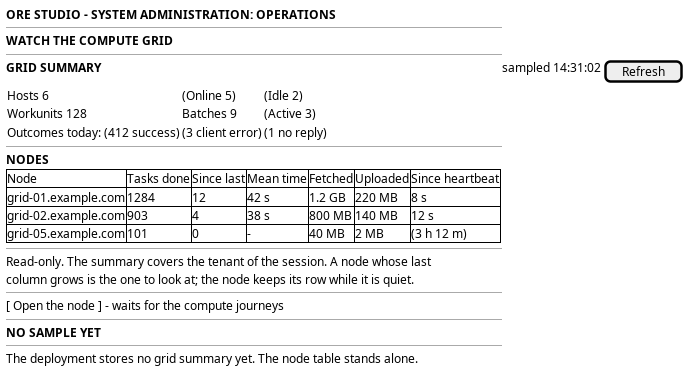
OreStudio/OreStudio keeps this PlantUML diagram as doc/knowledge/journeys/operations/wireframe_watch_the_compute_grid.png. Above is the earlier version. Its source is kept beside it as doc/knowledge/journeys/operations/wireframe_watch_the_compute_grid.puml. Its diagram source:
```plantuml
@startuml

salt
{
  <b>ORE STUDIO - SYSTEM ADMINISTRATION: OPERATIONS</b>
  --
  <b>WATCH THE COMPUTE GRID</b>
  --
  <b>GRID SUMMARY</b> | sampled 14:31:02 | [ Refresh ]
  {
    Hosts 6 | (Online 5) | (Idle 2)
    Workunits 128 | Batches 9 | (Active 3)
    Outcomes today: (412 success) | (3 client error) | (1 no reply)
  }
  --
  <b>NODES</b>
  {#
    Node | Tasks done | Since last | Mean time | Fetched | Uploaded | Since heartbeat
    grid-01.example.com | 1284 | 12 | 42 s | 1.2 GB | 220 MB | 8 s
    grid-02.example.com | 903 | 4 | 38 s | 800 MB | 140 MB | 12 s
    grid-05.example.com | 101 | 0 | - | 40 MB | 2 MB | (3 h 12 m)
  }
  --
  Read-only. The summary covers the tenant of the session. A node whose last
  column grows is the one to look at; the node keeps its row while it is quiet.
  --
  [ Open the node ] - waits for the compute journeys
  --
  <b>NO SAMPLE YET</b>
  --
  The deployment stores no grid summary yet. The node table stands alone.
}

@enduml
```
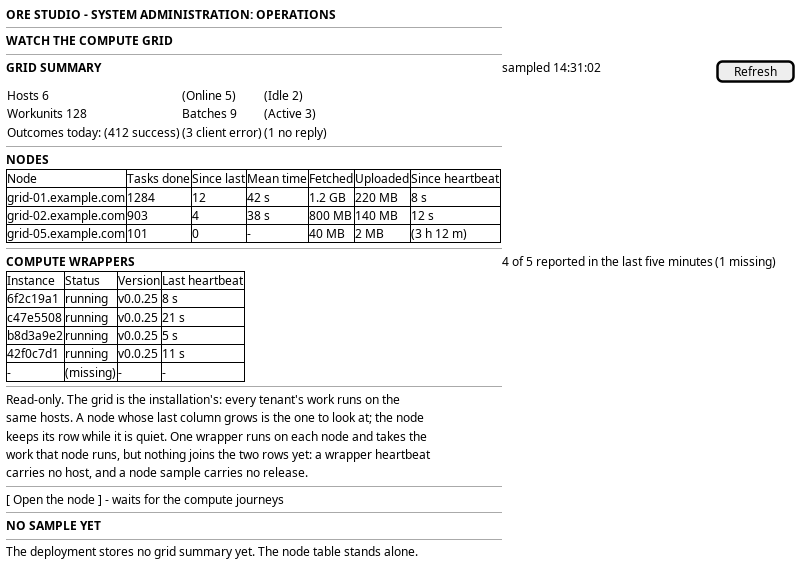
After the change.

The edit, as a diff of the source:
```diff
@@ -21,8 +21,21 @@
     grid-05.example.com | 101 | 0 | - | 40 MB | 2 MB | (3 h 12 m)
   }
   --
-  Read-only. The summary covers the tenant of the session. A node whose last
-  column grows is the one to look at; the node keeps its row while it is quiet.
+  <b>COMPUTE WRAPPERS</b> | 4 of 5 reported in the last five minutes | (1 missing)
+  {#
+    Instance | Status | Version | Last heartbeat
+    6f2c19a1 | running | v0.0.25 | 8 s
+    c47e5508 | running | v0.0.25 | 21 s
+    b8d3a9e2 | running | v0.0.25 | 5 s
+    42f0c7d1 | running | v0.0.25 | 11 s
+    - | (missing) | - | -
+  }
+  --
+  Read-only. The grid is the installation's: every tenant's work runs on the
+  same hosts. A node whose last column grows is the one to look at; the node
+  keeps its row while it is quiet. One wrapper runs on each node and takes the
+  work that node runs, but nothing joins the two rows yet: a wrapper heartbeat
+  carries no host, and a node sample carries no release.
   --
   [ Open the node ] - waits for the compute journeys
   --
```
